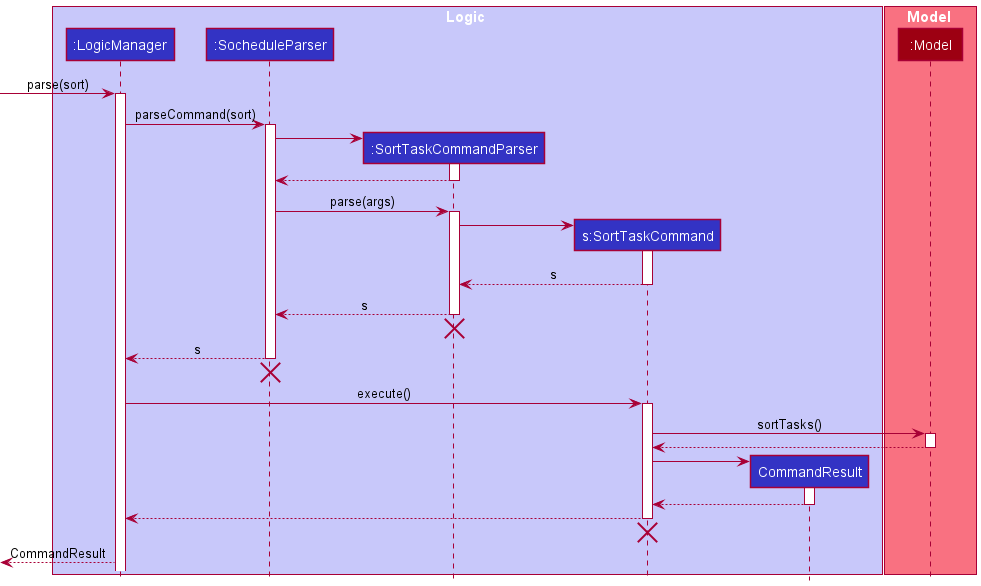
The PlantUML diagram docs/images/SortTaskSequenceDiagram.png in nus-cs2103-AY2021S2/tp, before a commit. Its diagram source:
```plantuml
@startuml
!include style.puml

box Logic LOGIC_COLOR_T1
participant ":LogicManager" as LogicManager LOGIC_COLOR
participant ":SocheduleParser" as SocheduleParser LOGIC_COLOR
participant ":SortTaskCommandParser" as SortTaskCommandParser LOGIC_COLOR
participant "s:SortTaskCommand" as SortTaskCommand LOGIC_COLOR
participant "CommandResult" as CommandResult LOGIC_COLOR
end box

box Model MODEL_COLOR_T1
participant ":Model" as Model MODEL_COLOR
end box

[-> LogicManager : parse(sort)
activate LogicManager

LogicManager -> SocheduleParser : parseCommand(sort)
activate SocheduleParser

create SortTaskCommandParser
SocheduleParser -> SortTaskCommandParser
activate SortTaskCommandParser
SocheduleParser <-- SortTaskCommandParser
deactivate SortTaskCommandParser

SocheduleParser -> SortTaskCommandParser: parse(args)
activate SortTaskCommandParser

create SortTaskCommand
SortTaskCommandParser -> SortTaskCommand
activate SortTaskCommand
SortTaskCommandParser <--SortTaskCommand : s
deactivate SortTaskCommand

SocheduleParser <--SortTaskCommandParser : s
deactivate SortTaskCommandParser
SortTaskCommandParser -[hidden]->[
destroy SortTaskCommandParser

LogicManager <-- SocheduleParser : s
deactivate SocheduleParser
SocheduleParser -[hidden]->[
destroy SocheduleParser

LogicManager -> SortTaskCommand : execute()
activate SortTaskCommand

SortTaskCommand -> Model : sortTasks()
activate Model
SortTaskCommand <-- Model
deactivate Model

create CommandResult
SortTaskCommand -> CommandResult
activate CommandResult
SortTaskCommand <-- CommandResult
deactivate CommandResult

LogicManager <-- SortTaskCommand
deactivate SortTaskCommand
SortTaskCommand -[hidden]->[
destroy SortTaskCommand

[<-- LogicManager : CommandResult
@enduml
```
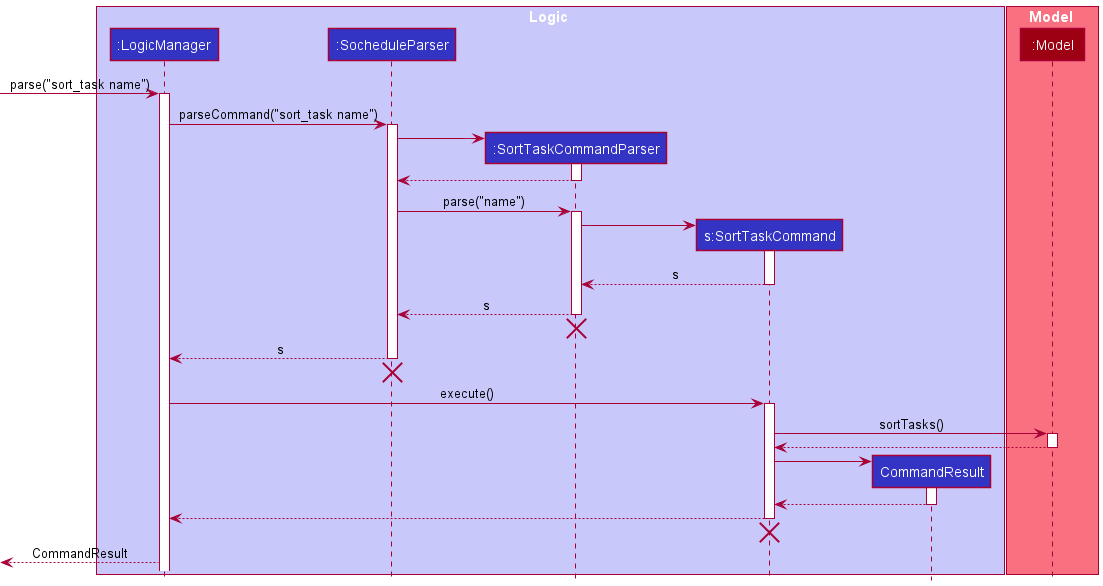
Later version of the same file.

Commit message:
DG: Update sequence diagrams

Diff of the diagram source:
```diff
@@ -13,10 +13,10 @@
 participant ":Model" as Model MODEL_COLOR
 end box
 
-[-> LogicManager : parse(sort)
+[-> LogicManager : parse("sort_task name")
 activate LogicManager
 
-LogicManager -> SocheduleParser : parseCommand(sort)
+LogicManager -> SocheduleParser : parseCommand("sort_task name")
 activate SocheduleParser
 
 create SortTaskCommandParser
@@ -25,7 +25,7 @@
 SocheduleParser <-- SortTaskCommandParser
 deactivate SortTaskCommandParser
 
-SocheduleParser -> SortTaskCommandParser: parse(args)
+SocheduleParser -> SortTaskCommandParser: parse("name")
 activate SortTaskCommandParser
 
 create SortTaskCommand
```
